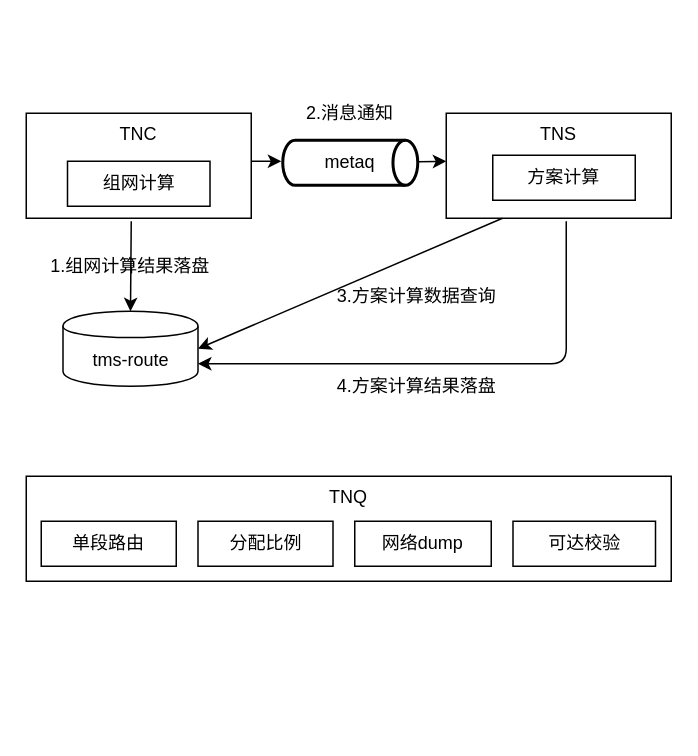
Earlier version of the draw.io diagram Untitled Diagram.drawio (shaonianwu/cainiao). Source tidied: cells renumbered, new cells numbered last; positions are measured from the earlier drawing's top-left corner, leaving out a move shared by most shapes. Both pictures are drawn from the tidied source at 150%, with x=0, y=0 at pixel (26, 98).
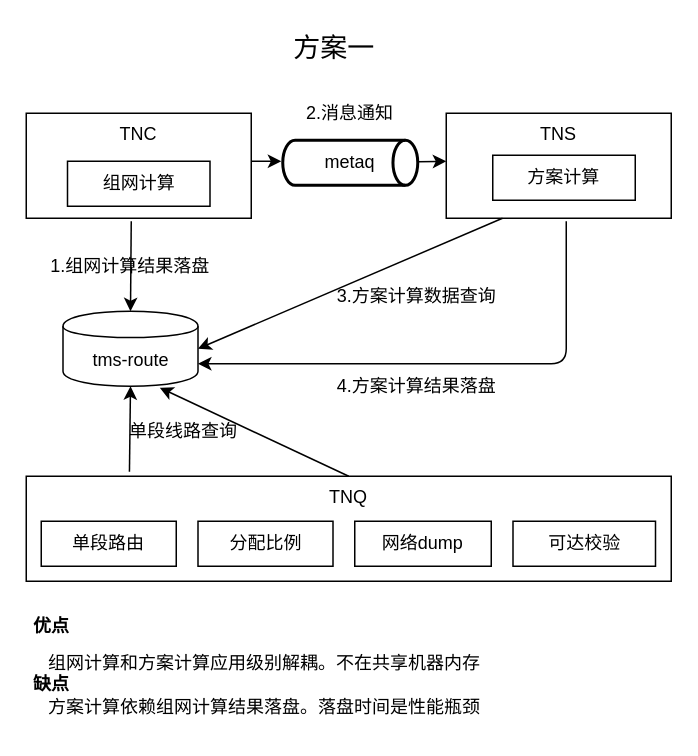
The same page after the edit.

The change refers to these unchanged cells:
```xml
<mxCell id="6" value="tms-route" style="shape=cylinder;whiteSpace=wrap;html=1;boundedLbl=1;backgroundOutline=1;" parent="1" vertex="1">
  <mxGeometry x="24.5" y="142" width="90" height="50" as="geometry" />
</mxCell>
<mxCell id="17" value="TNQ" style="rounded=0;whiteSpace=wrap;html=1;verticalAlign=top;" parent="1" vertex="1">
  <mxGeometry y="252" width="430" height="70" as="geometry" />
</mxCell>
```

What changed in the source:
```diff
@@
+    <mxCell id="22" style="endArrow=classic;html=1;entryX=0.5;entryY=1;entryDx=0;entryDy=0;exitX=0.16;exitY=-0.043;exitDx=0;exitDy=0;exitPerimeter=0;" parent="1" edge="1" source="17" target="6">
+      <mxGeometry relative="1" as="geometry" />
+    </mxCell>
+    <mxCell id="23" style="endArrow=classic;html=1;entryX=0.717;entryY=1.02;entryDx=0;entryDy=0;entryPerimeter=0;exitX=0.5;exitY=0;exitDx=0;exitDy=0;" parent="1" edge="1" source="17" target="6">
+      <mxGeometry relative="1" as="geometry" />
+    </mxCell>
+    <mxCell id="24" value="单段线路查询" style="text;html=1;strokeColor=none;fillColor=none;align=center;verticalAlign=middle;whiteSpace=wrap;rounded=0;" parent="1" vertex="1">
+      <mxGeometry x="55" y="212" width="100" height="20" as="geometry" />
+    </mxCell>
+    <mxCell id="25" value="&lt;h1 style=&quot;font-size: 15px&quot;&gt;&lt;b style=&quot;font-size: 12px&quot;&gt;优点&lt;/b&gt;&lt;br&gt;&lt;/h1&gt;&lt;div&gt;&amp;nbsp; &amp;nbsp;组网计算和方案计算应用级别解耦。不在共享机器内存&lt;/div&gt;&lt;div&gt;&lt;b&gt;缺点&lt;/b&gt;&lt;/div&gt;&lt;div&gt;&amp;nbsp; &amp;nbsp;方案计算依赖组网计算结果落盘。落盘时间是性能瓶颈&lt;/div&gt;" style="text;html=1;strokeColor=none;fillColor=none;spacing=5;spacingTop=-20;whiteSpace=wrap;overflow=hidden;rounded=0;" parent="1" vertex="1">
+      <mxGeometry y="342" width="430" height="80" as="geometry" />
+    </mxCell>
+    <mxCell id="26" value="&lt;font style=&quot;font-size: 18px&quot;&gt;方案一&lt;/font&gt;" style="text;html=1;strokeColor=none;fillColor=none;align=center;verticalAlign=middle;whiteSpace=wrap;rounded=0;" parent="1" vertex="1">
+      <mxGeometry x="171" y="-48" width="69" height="30" as="geometry" />
+    </mxCell>
```
